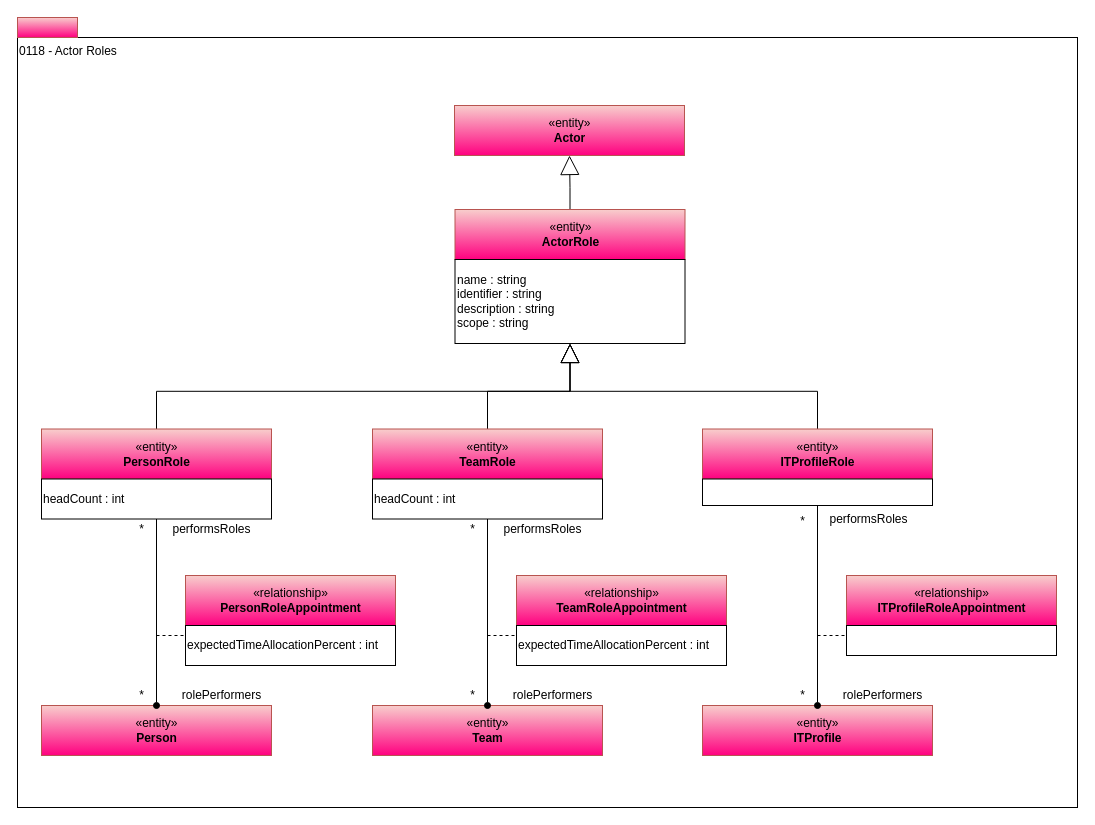
Above: page "0118-Actor-Roles" (6 of 16) of site/docs/types/1/area-1-collaboration.drawio in odpi/egeria-docs (draw.io), before the change. Source tidied: cells renumbered, new cells numbered last; positions are measured from the earlier drawing's top-left corner, leaving out a move shared by most shapes. Both pictures are drawn from the tidied source at 100%, with x=0, y=0 at pixel (17, 17).
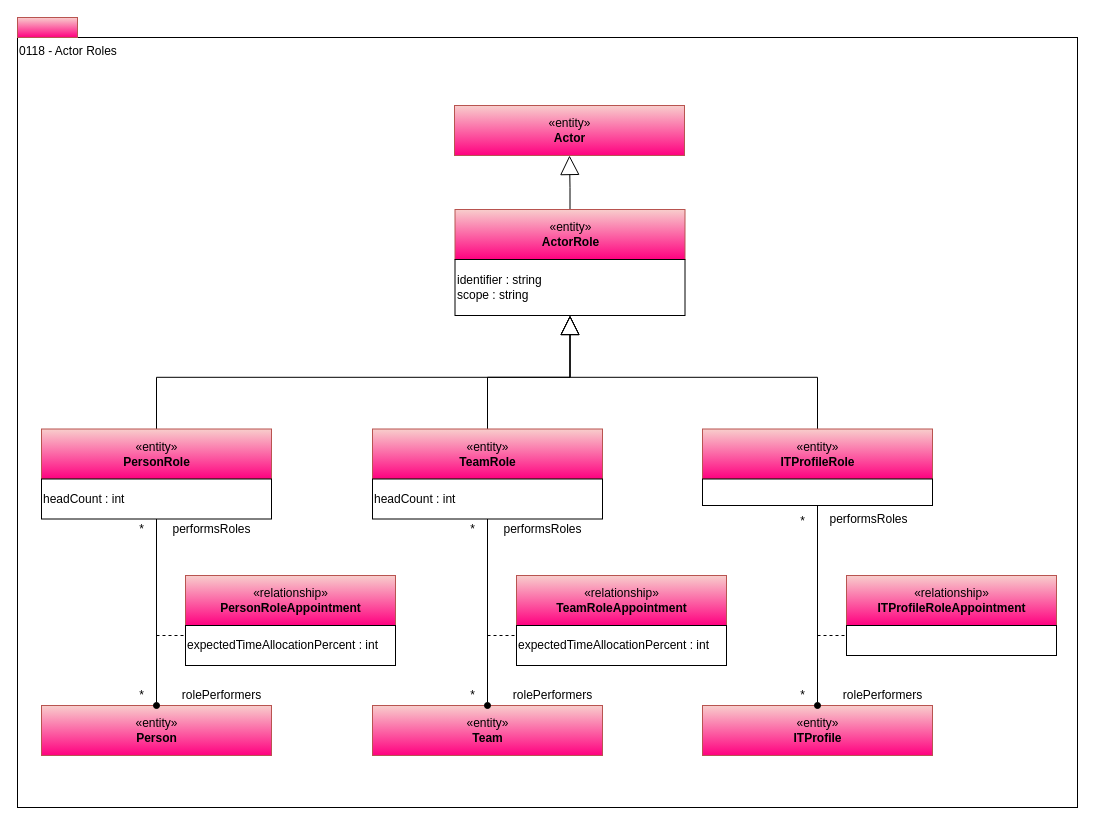
After the change.

The edit, as a diff of the source:
```diff
@@
-    <mxCell id="7" value="name : string&lt;br&gt;identifier : string&lt;br&gt;description : string&lt;br&gt;scope : string" style="rounded=0;whiteSpace=wrap;html=1;align=left;" parent="1" vertex="1">
-      <mxGeometry x="437.5" y="242" width="230" height="84" as="geometry" />
+    <mxCell id="7" value="identifier : string&lt;br&gt;scope : string" style="rounded=0;whiteSpace=wrap;html=1;align=left;" parent="1" vertex="1">
+      <mxGeometry x="437.5" y="242" width="230" height="56" as="geometry" />
     </mxCell>
```
